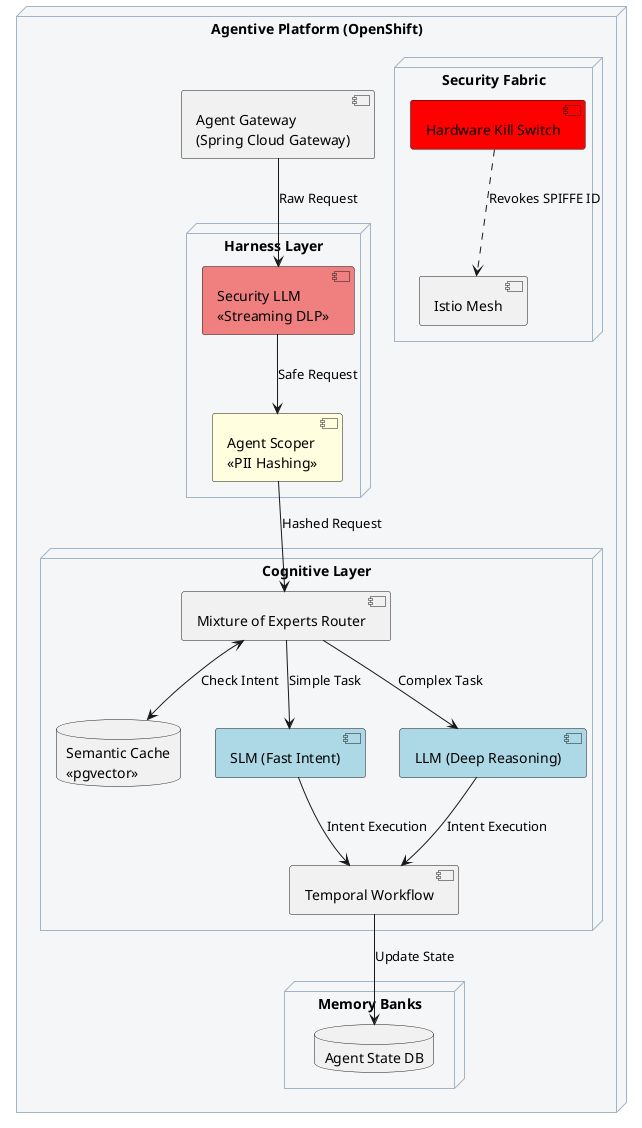
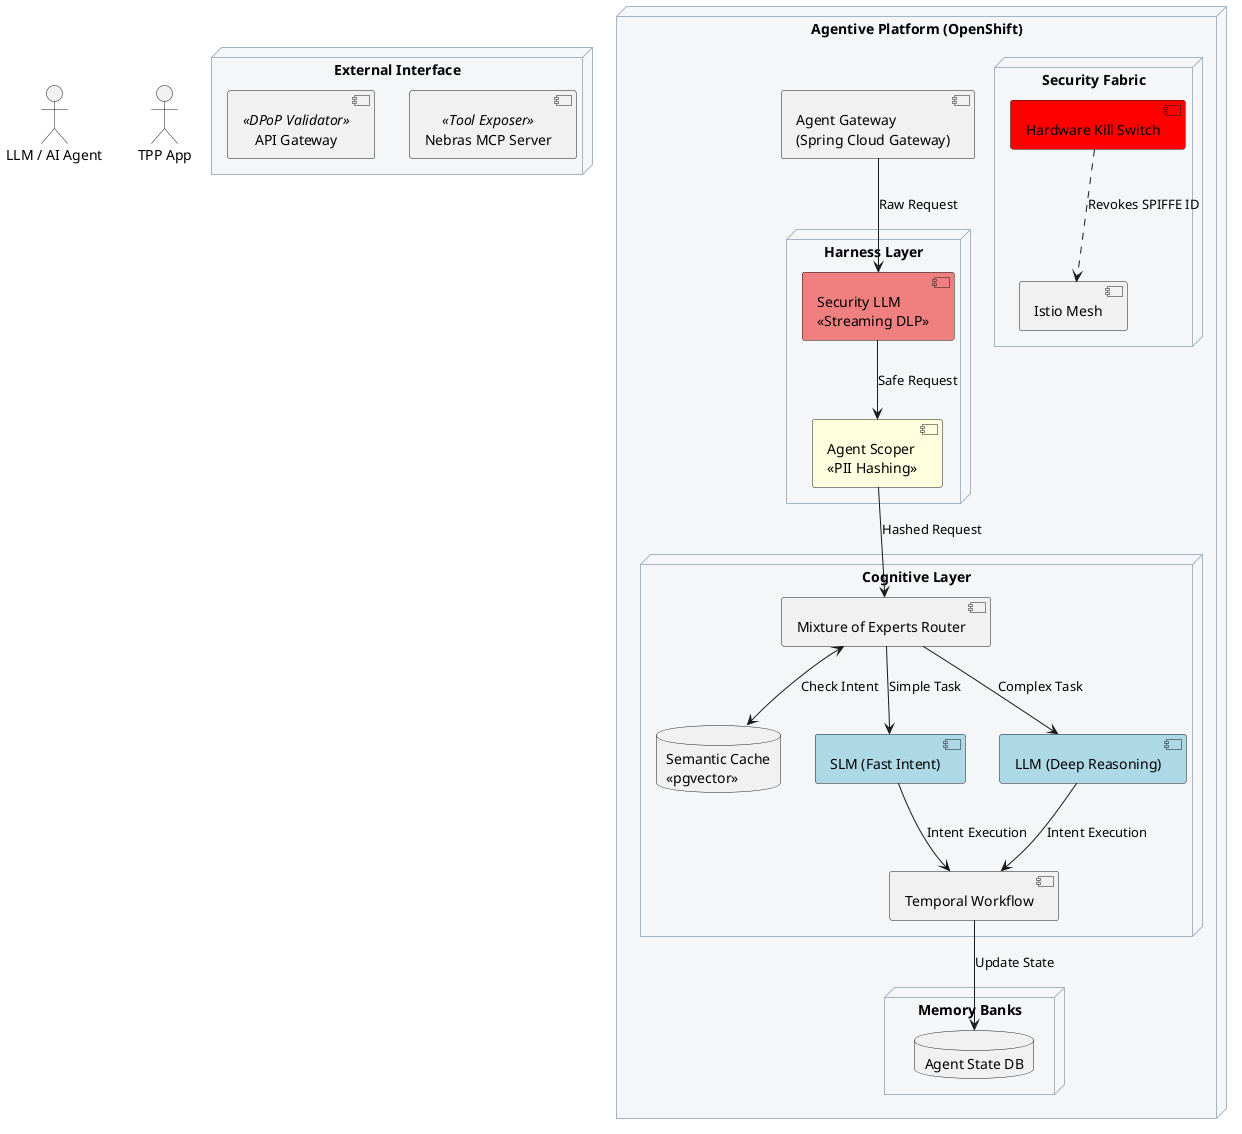
@startuml AI_Cognitive_Architecture
skinparam node {
    BackgroundColor #f4f6f8
    BorderColor #a2b4c6
+ }
+ 
+ actor "LLM / AI Agent" as Agent
+ actor "TPP App" as App
+ 
+ node "External Interface" {
+     [Nebras MCP Server] <<Tool Exposer>>
+     [API Gateway] <<DPoP Validator>>
}

node "Agentive Platform (OpenShift)" {

    component "Agent Gateway\n(Spring Cloud Gateway)" as gateway

    node "Harness Layer" {
        component "Security LLM\n<<Streaming DLP>>" as dlp #lightcoral
        component "Agent Scoper\n<<PII Hashing>>" as scoper #lightyellow
    }

    node "Cognitive Layer" {
        component "Mixture of Experts Router" as router
        database "Semantic Cache\n<<pgvector>>" as cache
        component "SLM (Fast Intent)" as slm #lightblue
        component "LLM (Deep Reasoning)" as llm #lightblue
        component "Temporal Workflow" as temp
    }

    node "Memory Banks" {
        database "Agent State DB" as memory
    }

    node "Security Fabric" {
        component "Istio Mesh" as istio
        component "Hardware Kill Switch" as killswitch #red
    }
}

gateway --> dlp : Raw Request
dlp --> scoper : Safe Request
scoper --> router : Hashed Request
router <--> cache : Check Intent
router --> slm : Simple Task
router --> llm : Complex Task

slm --> temp : Intent Execution
llm --> temp : Intent Execution

temp --> memory : Update State
killswitch ..> istio : Revokes SPIFFE ID

@enduml
